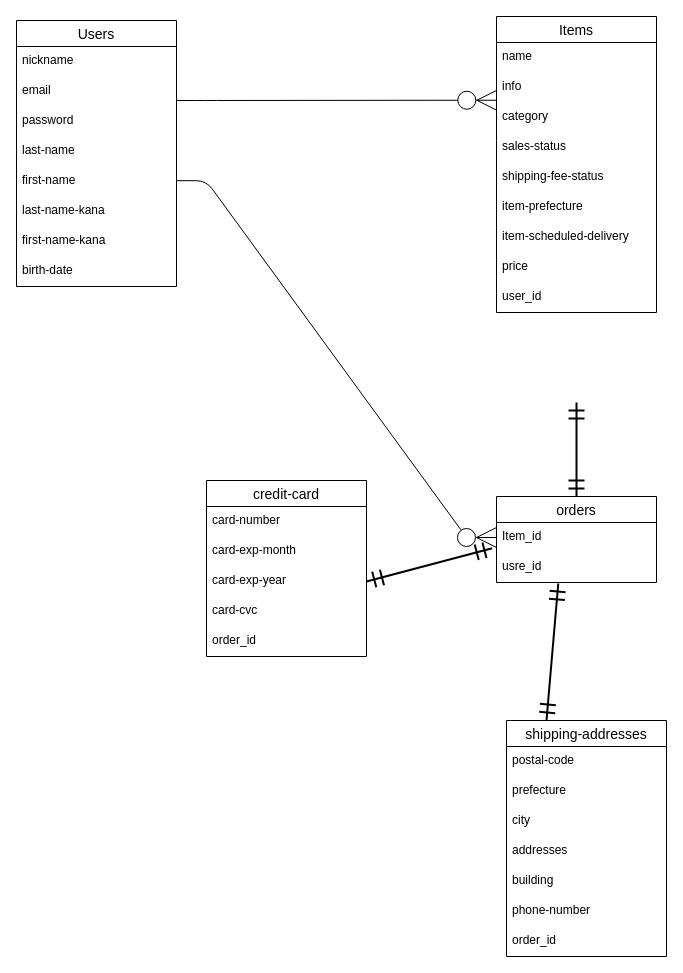
Before: furima.dio in Namiho1994/furima-38356, a draw.io diagram. Source tidied: cells renumbered, new cells numbered last; positions are measured from the earlier drawing's top-left corner, leaving out a move shared by most shapes. Both pictures are drawn from the tidied source at 100%, with x=0, y=0 at pixel (16, 16).
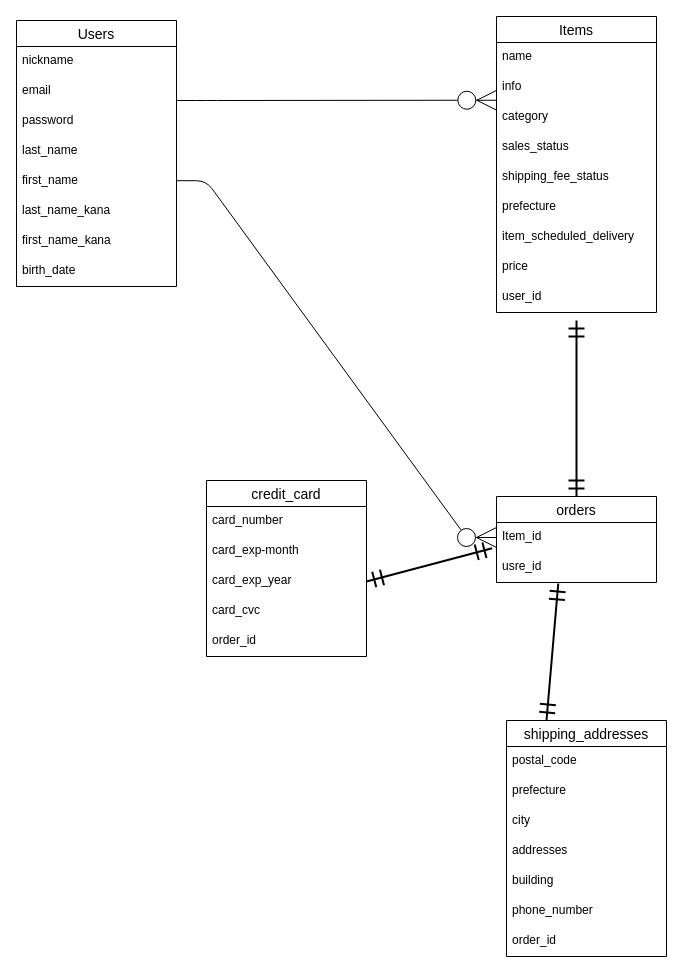
Above is the later version.

Commit message (it also covers changes not shown here):
データベース設計の修正

Unchanged cells that the change refers to:
```xml
<mxCell id="2" value="Users" style="swimlane;fontStyle=0;horizontal=1;startSize=26;align=center;fontSize=14;" parent="1" vertex="1">
  <mxGeometry y="4" width="160" height="266" as="geometry" />
</mxCell>
<mxCell id="11" value="Items" style="swimlane;fontStyle=0;horizontal=1;startSize=26;align=center;fontSize=14;" parent="1" vertex="1">
  <mxGeometry x="480" width="160" height="296" as="geometry" />
</mxCell>
<mxCell id="38" value="orders" style="swimlane;fontStyle=0;horizontal=1;startSize=26;align=center;fontSize=14;html=0;" parent="1" vertex="1">
  <mxGeometry x="480" y="480" width="160" height="86" as="geometry" />
</mxCell>
```

What changed in the source:
```diff
@@
-    <mxCell id="6" value="last-name" style="text;strokeColor=none;fillColor=none;spacingLeft=4;spacingRight=4;overflow=hidden;fontSize=12;" parent="2" vertex="1">
+    <mxCell id="6" value="last_name" style="text;strokeColor=none;fillColor=none;spacingLeft=4;spacingRight=4;overflow=hidden;fontSize=12;" parent="2" vertex="1">
       <mxGeometry y="116" width="160" height="30" as="geometry" />
     </mxCell>
-    <mxCell id="7" value="first-name" style="text;strokeColor=none;fillColor=none;spacingLeft=4;spacingRight=4;overflow=hidden;fontSize=12;" parent="2" vertex="1">
+    <mxCell id="7" value="first_name" style="text;strokeColor=none;fillColor=none;spacingLeft=4;spacingRight=4;overflow=hidden;fontSize=12;" parent="2" vertex="1">
       <mxGeometry y="146" width="160" height="30" as="geometry" />
     </mxCell>
-    <mxCell id="8" value="last-name-kana" style="text;strokeColor=none;fillColor=none;spacingLeft=4;spacingRight=4;overflow=hidden;fontSize=12;" parent="2" vertex="1">
+    <mxCell id="8" value="last_name_kana" style="text;strokeColor=none;fillColor=none;spacingLeft=4;spacingRight=4;overflow=hidden;fontSize=12;" parent="2" vertex="1">
       <mxGeometry y="176" width="160" height="30" as="geometry" />
     </mxCell>
-    <mxCell id="9" value="first-name-kana" style="text;strokeColor=none;fillColor=none;spacingLeft=4;spacingRight=4;overflow=hidden;fontSize=12;" parent="2" vertex="1">
+    <mxCell id="9" value="first_name_kana" style="text;strokeColor=none;fillColor=none;spacingLeft=4;spacingRight=4;overflow=hidden;fontSize=12;" parent="2" vertex="1">
       <mxGeometry y="206" width="160" height="30" as="geometry" />
     </mxCell>
-    <mxCell id="10" value="birth-date" style="text;strokeColor=none;fillColor=none;spacingLeft=4;spacingRight=4;overflow=hidden;fontSize=12;" parent="2" vertex="1">
+    <mxCell id="10" value="birth_date" style="text;strokeColor=none;fillColor=none;spacingLeft=4;spacingRight=4;overflow=hidden;fontSize=12;" parent="2" vertex="1">
       <mxGeometry y="236" width="160" height="30" as="geometry" />
     </mxCell>
@@
-    <mxCell id="15" value="sales-status" style="text;strokeColor=none;fillColor=none;spacingLeft=4;spacingRight=4;overflow=hidden;fontSize=12;" parent="11" vertex="1">
+    <mxCell id="15" value="sales_status" style="text;strokeColor=none;fillColor=none;spacingLeft=4;spacingRight=4;overflow=hidden;fontSize=12;" parent="11" vertex="1">
       <mxGeometry y="116" width="160" height="30" as="geometry" />
     </mxCell>
-    <mxCell id="16" value="shipping-fee-status" style="text;strokeColor=none;fillColor=none;spacingLeft=4;spacingRight=4;overflow=hidden;fontSize=12;" parent="11" vertex="1">
+    <mxCell id="16" value="shipping_fee_status" style="text;strokeColor=none;fillColor=none;spacingLeft=4;spacingRight=4;overflow=hidden;fontSize=12;" parent="11" vertex="1">
       <mxGeometry y="146" width="160" height="30" as="geometry" />
     </mxCell>
-    <mxCell id="17" value="item-prefecture" style="text;strokeColor=none;fillColor=none;spacingLeft=4;spacingRight=4;overflow=hidden;fontSize=12;" parent="11" vertex="1">
+    <mxCell id="17" value="prefecture" style="text;strokeColor=none;fillColor=none;spacingLeft=4;spacingRight=4;overflow=hidden;fontSize=12;" parent="11" vertex="1">
       <mxGeometry y="176" width="160" height="30" as="geometry" />
     </mxCell>
-    <mxCell id="18" value="item-scheduled-delivery" style="text;strokeColor=none;fillColor=none;spacingLeft=4;spacingRight=4;overflow=hidden;fontSize=12;" parent="11" vertex="1">
+    <mxCell id="18" value="item_scheduled_delivery" style="text;strokeColor=none;fillColor=none;spacingLeft=4;spacingRight=4;overflow=hidden;fontSize=12;" parent="11" vertex="1">
       <mxGeometry y="206" width="160" height="30" as="geometry" />
     </mxCell>
@@
-    <mxCell id="21" value="shipping-addresses" style="swimlane;fontStyle=0;horizontal=1;startSize=26;align=center;fontSize=14;" parent="1" vertex="1">
+    <mxCell id="21" value="shipping_addresses" style="swimlane;fontStyle=0;horizontal=1;startSize=26;align=center;fontSize=14;" parent="1" vertex="1">
       <mxGeometry x="490" y="704" width="160" height="236" as="geometry" />
     </mxCell>
-    <mxCell id="22" value="postal-code" style="text;strokeColor=none;fillColor=none;spacingLeft=4;spacingRight=4;overflow=hidden;fontSize=12;" parent="21" vertex="1">
+    <mxCell id="22" value="postal_code" style="text;strokeColor=none;fillColor=none;spacingLeft=4;spacingRight=4;overflow=hidden;fontSize=12;" parent="21" vertex="1">
       <mxGeometry y="26" width="160" height="30" as="geometry" />
     </mxCell>
@@
-    <mxCell id="27" value="phone-number" style="text;strokeColor=none;fillColor=none;spacingLeft=4;spacingRight=4;overflow=hidden;fontSize=12;" parent="21" vertex="1">
+    <mxCell id="27" value="phone_number" style="text;strokeColor=none;fillColor=none;spacingLeft=4;spacingRight=4;overflow=hidden;fontSize=12;" parent="21" vertex="1">
       <mxGeometry y="176" width="160" height="30" as="geometry" />
     </mxCell>
@@
-    <mxCell id="31" value="credit-card" style="swimlane;fontStyle=0;horizontal=1;startSize=26;align=center;fontSize=14;html=0;" parent="1" vertex="1">
+    <mxCell id="31" value="credit_card" style="swimlane;fontStyle=0;horizontal=1;startSize=26;align=center;fontSize=14;html=0;" parent="1" vertex="1">
       <mxGeometry x="190" y="464" width="160" height="176" as="geometry" />
     </mxCell>
-    <mxCell id="32" value="card-number" style="text;strokeColor=none;fillColor=none;spacingLeft=4;spacingRight=4;overflow=hidden;fontSize=12;html=0;" parent="31" vertex="1">
+    <mxCell id="32" value="card_number" style="text;strokeColor=none;fillColor=none;spacingLeft=4;spacingRight=4;overflow=hidden;fontSize=12;html=0;" parent="31" vertex="1">
       <mxGeometry y="26" width="160" height="30" as="geometry" />
     </mxCell>
-    <mxCell id="33" value="card-exp-month" style="text;strokeColor=none;fillColor=none;spacingLeft=4;spacingRight=4;overflow=hidden;fontSize=12;html=0;" parent="31" vertex="1">
+    <mxCell id="33" value="card_exp-month" style="text;strokeColor=none;fillColor=none;spacingLeft=4;spacingRight=4;overflow=hidden;fontSize=12;html=0;" parent="31" vertex="1">
       <mxGeometry y="56" width="160" height="30" as="geometry" />
     </mxCell>
-    <mxCell id="34" value="card-exp-year" style="text;strokeColor=none;fillColor=none;spacingLeft=4;spacingRight=4;overflow=hidden;points=[[0,0.5],[1,0.5]];portConstraint=eastwest;fontSize=12;html=0;" parent="31" vertex="1">
+    <mxCell id="34" value="card_exp_year" style="text;strokeColor=none;fillColor=none;spacingLeft=4;spacingRight=4;overflow=hidden;points=[[0,0.5],[1,0.5]];portConstraint=eastwest;fontSize=12;html=0;" parent="31" vertex="1">
       <mxGeometry y="86" width="160" height="30" as="geometry" />
     </mxCell>
-    <mxCell id="35" value="card-cvc" style="text;strokeColor=none;fillColor=none;spacingLeft=4;spacingRight=4;overflow=hidden;fontSize=12;html=0;" parent="31" vertex="1">
+    <mxCell id="35" value="card_cvc" style="text;strokeColor=none;fillColor=none;spacingLeft=4;spacingRight=4;overflow=hidden;fontSize=12;html=0;" parent="31" vertex="1">
       <mxGeometry y="116" width="160" height="30" as="geometry" />
     </mxCell>
@@
-    <mxCell id="41" style="fontSize=12;html=1;endArrow=ERmandOne;startArrow=ERmandOne;endSize=13;strokeWidth=2;jumpSize=0;startSize=13;targetPerimeterSpacing=7;entryX=0.748;entryY=1.142;entryDx=0;entryDy=0;entryPerimeter=0;" parent="1" edge="1" source="38">
+    <mxCell id="41" style="fontSize=12;html=1;endArrow=ERmandOne;startArrow=ERmandOne;endSize=13;strokeWidth=2;jumpSize=0;startSize=13;targetPerimeterSpacing=7;" parent="1" edge="1" source="38">
       <mxGeometry relative="1" as="geometry">
-        <mxPoint x="560" y="386" as="targetPoint" />
+        <mxPoint x="560" y="304" as="targetPoint" />
       </mxGeometry>
     </mxCell>
```
